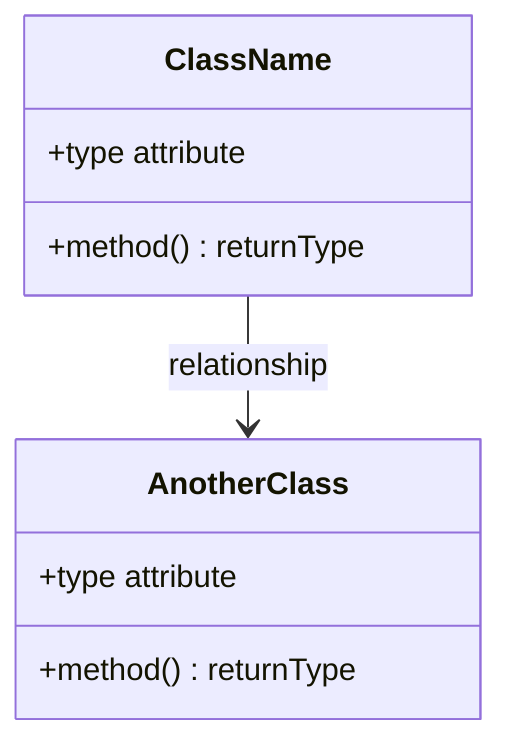
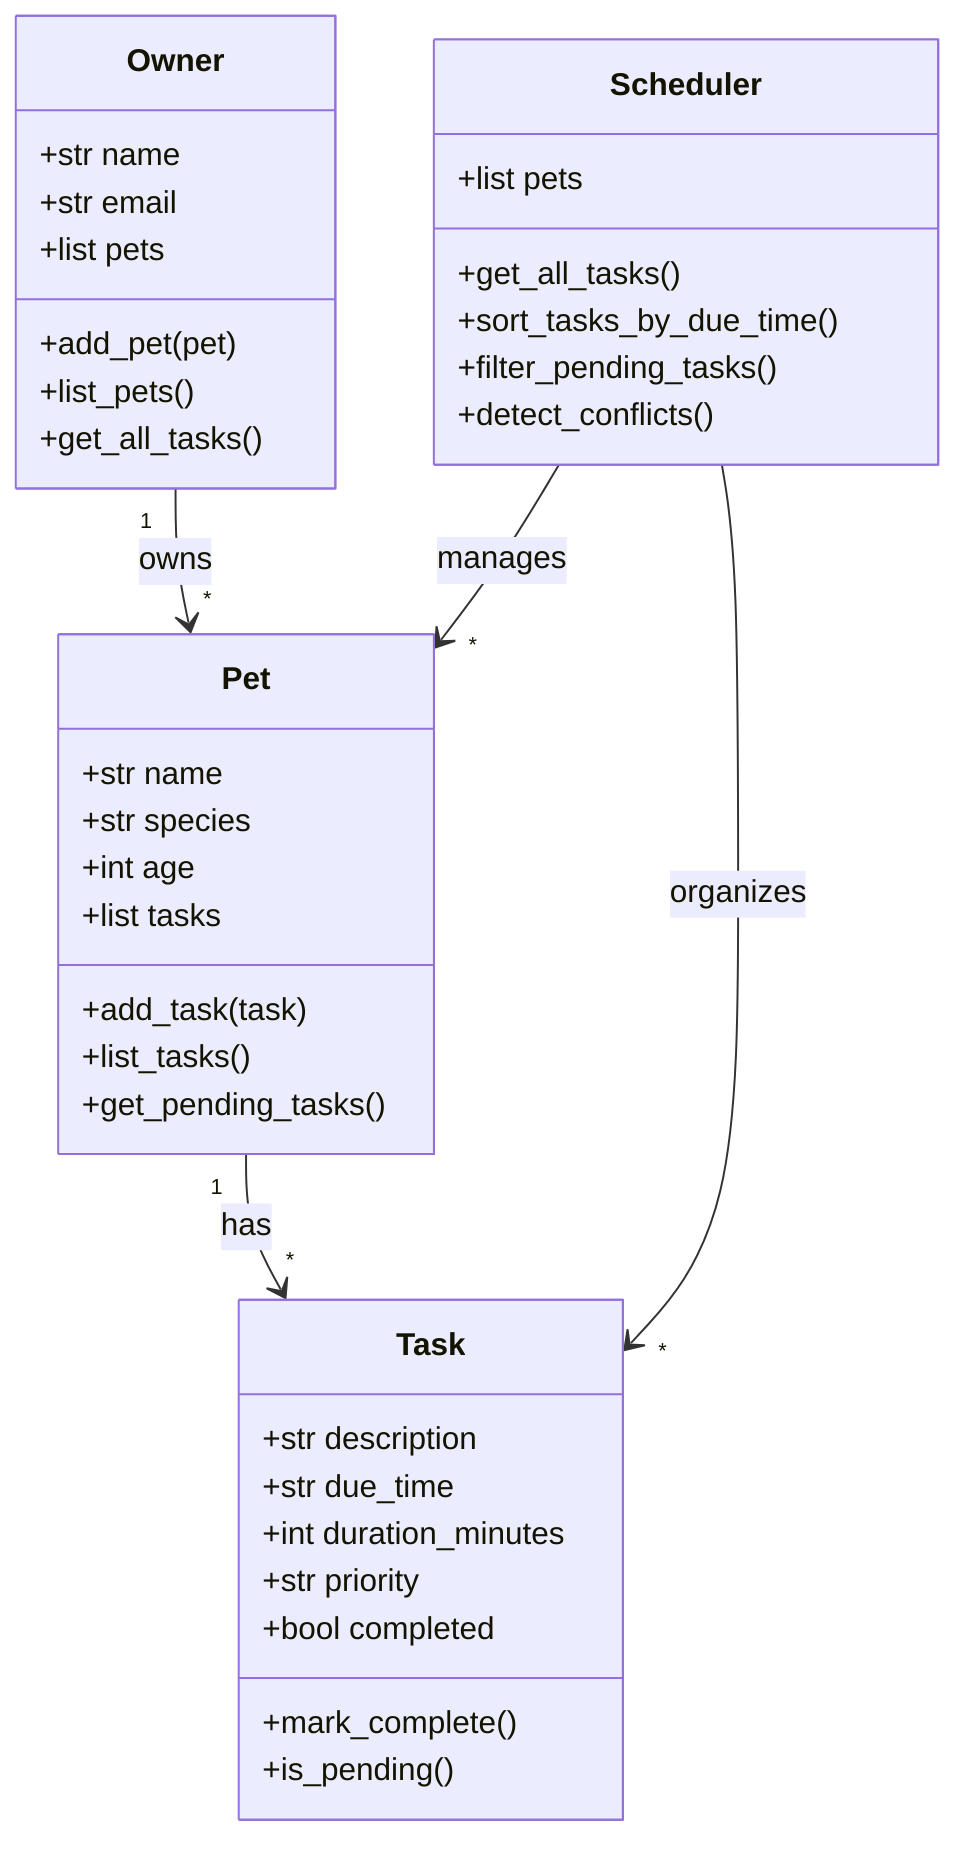
classDiagram
-     %% Replace the placeholders below with your actual classes, attributes, methods, and relationships.
-     %% Keep this file updated so it matches your final implementation.
- 
-     class ClassName {
-         +type attribute
-         +method() returnType
+     class Owner {
+         +str name
+         +str email
+         +list pets
+         +add_pet(pet)
+         +list_pets()
+         +get_all_tasks()
    }

-     class AnotherClass {
-         +type attribute
-         +method() returnType
+     class Pet {
+         +str name
+         +str species
+         +int age
+         +list tasks
+         +add_task(task)
+         +list_tasks()
+         +get_pending_tasks()
    }

-     ClassName --> AnotherClass : relationship
+     class Task {
+         +str description
+         +str due_time
+         +int duration_minutes
+         +str priority
+         +bool completed
+         +mark_complete()
+         +is_pending()
+     }
+ 
+     class Scheduler {
+         +list pets
+         +get_all_tasks()
+         +sort_tasks_by_due_time()
+         +filter_pending_tasks()
+         +detect_conflicts()
+     }
+ 
+     Owner "1" --> "*" Pet : owns
+     Pet "1" --> "*" Task : has
+     Scheduler --> "*" Pet : manages
+     Scheduler --> "*" Task : organizes
